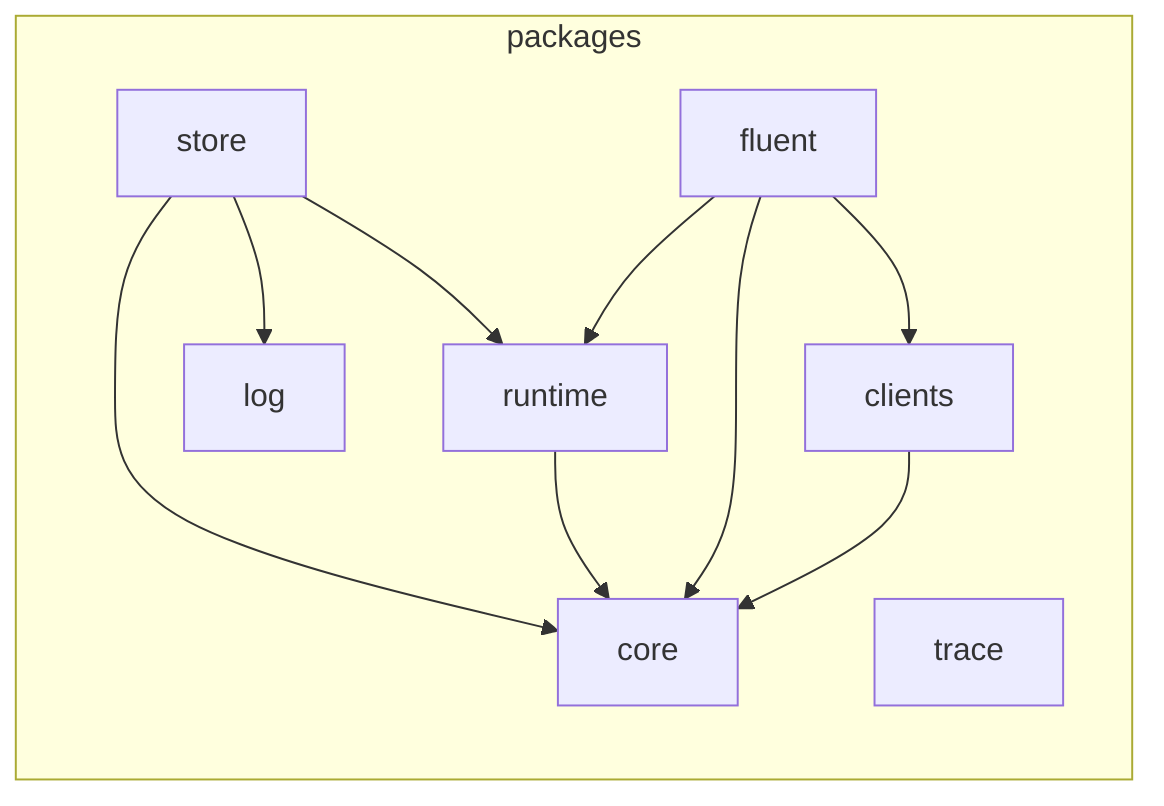
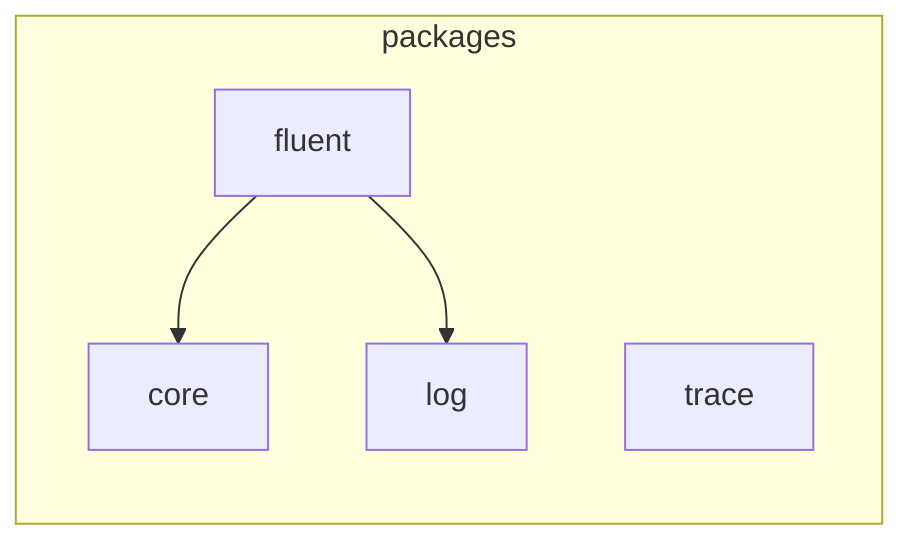
flowchart LR

subgraph 0["packages"]
- 1["clients"]
- 2["core"]
- 3["fluent"]
- 4["log"]
- 5["runtime"]
- 6["store"]
- 7["trace"]
+ 1["core"]
+ 2["fluent"]
+ 3["log"]
+ 4["trace"]
end
- 1-->2
- 3-->2
- 3-->5
- 3-->1
- 5-->2
- 6-->2
- 6-->4
- 6-->5
+ 2-->1
+ 2-->3
